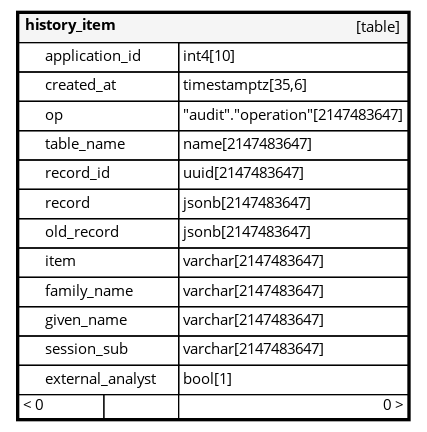
Above: schemaspy/ccbc_public/diagrams/orphans/orphans.png in bcgov/CONN-CCBC-portal (Graphviz), before the change. Its source is kept beside it as schemaspy/ccbc_public/diagrams/orphans/orphans.dot.
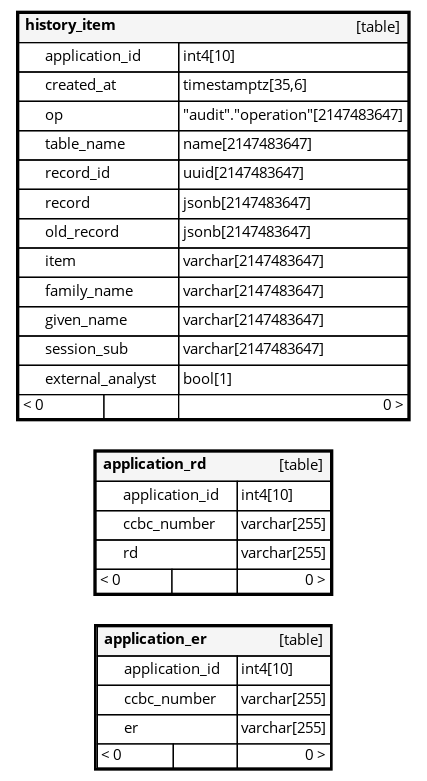
After the commit.

What changed in the source:
```diff
@@ -1,5 +1,31 @@
 digraph "orphans" {
   graph [    rankdir="RL"    bgcolor="#ffffff"    nodesep="0.18"    ranksep="0.46"    fontname="Helvetica"    fontsize="11"    ration="compress"  ];  node [    fontname="Helvetica"    fontsize="11"    shape="plaintext"  ];  edge [    arrowsize="0.8"  ];
+  "application_er" [
+   label=<
+    <TABLE BORDER="2" CELLBORDER="1" CELLSPACING="0" BGCOLOR="#ffffff">
+      <TR><TD COLSPAN="4"  BGCOLOR="#f5f5f5"><TABLE BORDER="0" CELLSPACING="0"><TR><TD ALIGN="LEFT" FIXEDSIZE="TRUE" WIDTH="84" HEIGHT="16"><B>application_er</B></TD><TD ALIGN="RIGHT">[table]</TD></TR></TABLE></TD></TR>
+      <TR><TD PORT="application_id" COLSPAN="2" ALIGN="LEFT"><TABLE BORDER="0" CELLSPACING="0" ALIGN="LEFT"><TR ALIGN="LEFT"><TD ALIGN="LEFT" FIXEDSIZE="TRUE" WIDTH="15" HEIGHT="16"></TD><TD ALIGN="LEFT" FIXEDSIZE="TRUE" WIDTH="84" HEIGHT="16">application_id</TD></TR></TABLE></TD><TD PORT="application_id.type" ALIGN="LEFT">int4[10]</TD></TR>
+      <TR><TD PORT="ccbc_number" COLSPAN="2" ALIGN="LEFT"><TABLE BORDER="0" CELLSPACING="0" ALIGN="LEFT"><TR ALIGN="LEFT"><TD ALIGN="LEFT" FIXEDSIZE="TRUE" WIDTH="15" HEIGHT="16"></TD><TD ALIGN="LEFT" FIXEDSIZE="TRUE" WIDTH="84" HEIGHT="16">ccbc_number</TD></TR></TABLE></TD><TD PORT="ccbc_number.type" ALIGN="LEFT">varchar[255]</TD></TR>
+      <TR><TD PORT="er" COLSPAN="2" ALIGN="LEFT"><TABLE BORDER="0" CELLSPACING="0" ALIGN="LEFT"><TR ALIGN="LEFT"><TD ALIGN="LEFT" FIXEDSIZE="TRUE" WIDTH="15" HEIGHT="16"></TD><TD ALIGN="LEFT" FIXEDSIZE="TRUE" WIDTH="84" HEIGHT="16">er</TD></TR></TABLE></TD><TD PORT="er.type" ALIGN="LEFT">varchar[255]</TD></TR>
+      <TR><TD ALIGN="LEFT" BGCOLOR="#ffffff">&lt; 0</TD><TD ALIGN="RIGHT" BGCOLOR="#ffffff">  </TD><TD ALIGN="RIGHT" BGCOLOR="#ffffff">0 &gt;</TD></TR>
+    </TABLE>>
+    URL="tables/application_er.html"
+    target="_top"
+    tooltip="application_er"
+  ];
+  "application_rd" [
+   label=<
+    <TABLE BORDER="2" CELLBORDER="1" CELLSPACING="0" BGCOLOR="#ffffff">
+      <TR><TD COLSPAN="4"  BGCOLOR="#f5f5f5"><TABLE BORDER="0" CELLSPACING="0"><TR><TD ALIGN="LEFT" FIXEDSIZE="TRUE" WIDTH="85" HEIGHT="16"><B>application_rd</B></TD><TD ALIGN="RIGHT">[table]</TD></TR></TABLE></TD></TR>
+      <TR><TD PORT="application_id" COLSPAN="2" ALIGN="LEFT"><TABLE BORDER="0" CELLSPACING="0" ALIGN="LEFT"><TR ALIGN="LEFT"><TD ALIGN="LEFT" FIXEDSIZE="TRUE" WIDTH="15" HEIGHT="16"></TD><TD ALIGN="LEFT" FIXEDSIZE="TRUE" WIDTH="85" HEIGHT="16">application_id</TD></TR></TABLE></TD><TD PORT="application_id.type" ALIGN="LEFT">int4[10]</TD></TR>
+      <TR><TD PORT="ccbc_number" COLSPAN="2" ALIGN="LEFT"><TABLE BORDER="0" CELLSPACING="0" ALIGN="LEFT"><TR ALIGN="LEFT"><TD ALIGN="LEFT" FIXEDSIZE="TRUE" WIDTH="15" HEIGHT="16"></TD><TD ALIGN="LEFT" FIXEDSIZE="TRUE" WIDTH="85" HEIGHT="16">ccbc_number</TD></TR></TABLE></TD><TD PORT="ccbc_number.type" ALIGN="LEFT">varchar[255]</TD></TR>
+      <TR><TD PORT="rd" COLSPAN="2" ALIGN="LEFT"><TABLE BORDER="0" CELLSPACING="0" ALIGN="LEFT"><TR ALIGN="LEFT"><TD ALIGN="LEFT" FIXEDSIZE="TRUE" WIDTH="15" HEIGHT="16"></TD><TD ALIGN="LEFT" FIXEDSIZE="TRUE" WIDTH="85" HEIGHT="16">rd</TD></TR></TABLE></TD><TD PORT="rd.type" ALIGN="LEFT">varchar[255]</TD></TR>
+      <TR><TD ALIGN="LEFT" BGCOLOR="#ffffff">&lt; 0</TD><TD ALIGN="RIGHT" BGCOLOR="#ffffff">  </TD><TD ALIGN="RIGHT" BGCOLOR="#ffffff">0 &gt;</TD></TR>
+    </TABLE>>
+    URL="tables/application_rd.html"
+    target="_top"
+    tooltip="application_rd"
+  ];
   "history_item" [
    label=<
     <TABLE BORDER="2" CELLBORDER="1" CELLSPACING="0" BGCOLOR="#ffffff">
```
